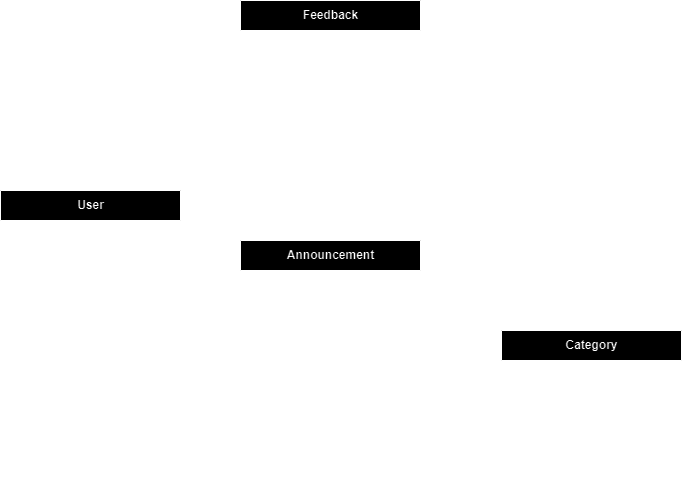
Above: src/avito.drawio.png in Max425/tp-highload-avito (draw.io), before the change. Source tidied: cells renumbered, new cells last; positions are measured from the earlier drawing's top-left corner, leaving out a move shared by most shapes.
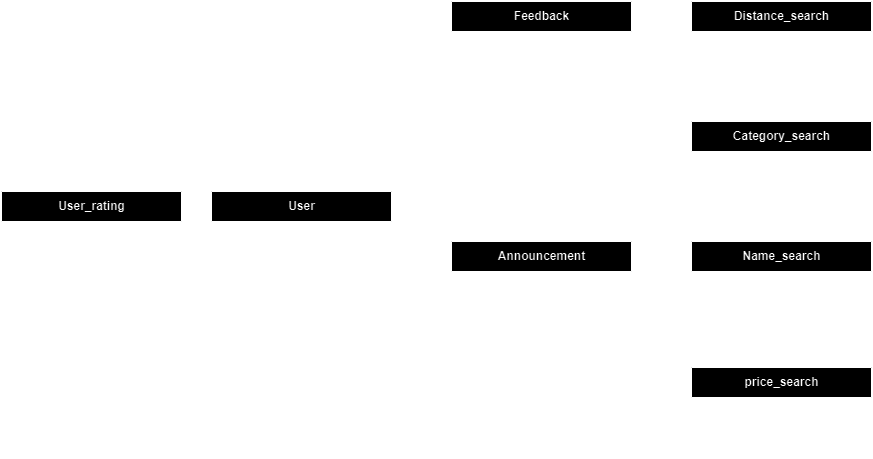
Later version of the same file.

The edit, as a diff of the source:
```diff
@@ -5,3 +5,3 @@
     <mxCell id="2" value="User" style="shape=table;startSize=30;rowLines=0;fontStyle=1;align=center;html=1;" parent="1" vertex="1">
-      <mxGeometry x="39" y="190" width="180" height="270" as="geometry" />
+      <mxGeometry x="39" y="190" width="180" height="240" as="geometry" />
     </mxCell>
@@ -61,13 +61,4 @@
     </mxCell>
-    <mxCell id="21" style="shape=tableRow;horizontal=0;startSize=0;swimlaneHead=0;swimlaneBody=0;fillColor=none;top=0;left=0;right=0;bottom=0;" parent="2" vertex="1">
-      <mxGeometry y="210" width="180" height="30" as="geometry" />
-    </mxCell>
-    <mxCell id="22" value="&lt;span style=&quot;text-align: left;&quot;&gt;decimal&lt;/span&gt;" style="shape=partialRectangle;fillColor=none;top=0;left=0;bottom=0;right=0;overflow=hidden;whiteSpace=wrap;html=1;" parent="21" vertex="1">
-      <mxGeometry width="50" height="30" as="geometry" />
-    </mxCell>
-    <mxCell id="23" value="&lt;span style=&quot;text-align: center;&quot;&gt;rating&lt;/span&gt;" style="shape=partialRectangle;fillColor=none;top=0;left=0;bottom=0;right=0;align=left;spacingLeft=6;overflow=hidden;whiteSpace=wrap;html=1;" parent="21" vertex="1">
-      <mxGeometry x="50" width="130" height="30" as="geometry" />
-    </mxCell>
     <mxCell id="24" style="shape=tableRow;horizontal=0;startSize=0;swimlaneHead=0;swimlaneBody=0;fillColor=none;top=0;left=0;right=0;bottom=0;" parent="2" vertex="1">
-      <mxGeometry y="240" width="180" height="30" as="geometry" />
+      <mxGeometry y="210" width="180" height="30" as="geometry" />
     </mxCell>
@@ -80,3 +71,3 @@
     <mxCell id="27" value="Announcement" style="shape=table;startSize=30;rowLines=0;fontStyle=1;align=center;html=1;" parent="1" vertex="1">
-      <mxGeometry x="279" y="240" width="180" height="240" as="geometry" />
+      <mxGeometry x="279" y="240" width="180" height="180" as="geometry" />
     </mxCell>
@@ -91,13 +82,4 @@
     </mxCell>
-    <mxCell id="31" style="shape=tableRow;horizontal=0;startSize=0;swimlaneHead=0;swimlaneBody=0;fillColor=none;top=0;left=0;right=0;bottom=0;" parent="27" vertex="1">
-      <mxGeometry y="60" width="180" height="30" as="geometry" />
-    </mxCell>
-    <mxCell id="32" value="text" style="shape=partialRectangle;fillColor=none;top=0;left=0;bottom=0;right=0;overflow=hidden;whiteSpace=wrap;html=1;" parent="31" vertex="1">
-      <mxGeometry width="50" height="30" as="geometry" />
-    </mxCell>
-    <mxCell id="33" value="name" style="shape=partialRectangle;fillColor=none;top=0;left=0;bottom=0;right=0;align=left;spacingLeft=6;overflow=hidden;whiteSpace=wrap;html=1;" parent="31" vertex="1">
-      <mxGeometry x="50" width="130" height="30" as="geometry" />
-    </mxCell>
     <mxCell id="34" style="shape=tableRow;horizontal=0;startSize=0;swimlaneHead=0;swimlaneBody=0;fillColor=none;top=0;left=0;right=0;bottom=0;" parent="27" vertex="1">
-      <mxGeometry y="90" width="180" height="30" as="geometry" />
+      <mxGeometry y="60" width="180" height="30" as="geometry" />
     </mxCell>
@@ -109,22 +91,4 @@
     </mxCell>
-    <mxCell id="37" style="shape=tableRow;horizontal=0;startSize=0;swimlaneHead=0;swimlaneBody=0;fillColor=none;points=[[0,0.5],[1,0.5]];portConstraint=eastwest;top=0;left=0;right=0;bottom=0;" parent="27" vertex="1">
-      <mxGeometry y="120" width="180" height="30" as="geometry" />
-    </mxCell>
-    <mxCell id="38" value="FK" style="shape=partialRectangle;fillColor=none;top=0;left=0;bottom=0;right=0;overflow=hidden;whiteSpace=wrap;html=1;" parent="37" vertex="1">
-      <mxGeometry width="50" height="30" as="geometry" />
-    </mxCell>
-    <mxCell id="39" value="&lt;span style=&quot;font-weight: 700; text-align: center; text-wrap: nowrap;&quot;&gt;category_id&lt;/span&gt;" style="shape=partialRectangle;fillColor=none;top=0;left=0;bottom=0;right=0;align=left;spacingLeft=6;overflow=hidden;whiteSpace=wrap;html=1;" parent="37" vertex="1">
-      <mxGeometry x="50" width="130" height="30" as="geometry" />
-    </mxCell>
-    <mxCell id="40" style="shape=tableRow;horizontal=0;startSize=0;swimlaneHead=0;swimlaneBody=0;fillColor=none;top=0;left=0;right=0;bottom=0;" parent="27" vertex="1">
-      <mxGeometry y="150" width="180" height="30" as="geometry" />
-    </mxCell>
-    <mxCell id="41" value="int" style="shape=partialRectangle;fillColor=none;top=0;left=0;bottom=0;right=0;overflow=hidden;whiteSpace=wrap;html=1;" parent="40" vertex="1">
-      <mxGeometry width="50" height="30" as="geometry" />
-    </mxCell>
-    <mxCell id="42" value="price" style="shape=partialRectangle;fillColor=none;top=0;left=0;bottom=0;right=0;align=left;spacingLeft=6;overflow=hidden;whiteSpace=wrap;html=1;" parent="40" vertex="1">
-      <mxGeometry x="50" width="130" height="30" as="geometry" />
-    </mxCell>
     <mxCell id="43" style="shape=tableRow;horizontal=0;startSize=0;swimlaneHead=0;swimlaneBody=0;fillColor=none;top=0;left=0;right=0;bottom=0;" parent="27" vertex="1">
-      <mxGeometry y="180" width="180" height="30" as="geometry" />
+      <mxGeometry y="90" width="180" height="30" as="geometry" />
     </mxCell>
@@ -137,3 +101,3 @@
     <mxCell id="46" style="shape=tableRow;horizontal=0;startSize=0;swimlaneHead=0;swimlaneBody=0;fillColor=none;points=[[0,0.5],[1,0.5]];portConstraint=eastwest;top=0;left=0;right=0;bottom=0;" parent="27" vertex="1">
-      <mxGeometry y="210" width="180" height="30" as="geometry" />
+      <mxGeometry y="120" width="180" height="30" as="geometry" />
     </mxCell>
@@ -145,2 +109,11 @@
     </mxCell>
+    <mxCell id="40" style="shape=tableRow;horizontal=0;startSize=0;swimlaneHead=0;swimlaneBody=0;fillColor=none;top=0;left=0;right=0;bottom=0;" parent="27" vertex="1">
+      <mxGeometry y="150" width="180" height="30" as="geometry" />
+    </mxCell>
+    <mxCell id="76" value="bool" style="shape=partialRectangle;fillColor=none;top=0;left=0;bottom=0;right=0;overflow=hidden;whiteSpace=wrap;html=1;" parent="40" vertex="1">
+      <mxGeometry width="50" height="30" as="geometry" />
+    </mxCell>
+    <mxCell id="77" value="is_active" style="shape=partialRectangle;fillColor=none;top=0;left=0;bottom=0;right=0;align=left;spacingLeft=6;overflow=hidden;whiteSpace=wrap;html=1;" parent="40" vertex="1">
+      <mxGeometry x="50" width="130" height="30" as="geometry" />
+    </mxCell>
     <mxCell id="49" style="edgeStyle=entityRelationEdgeStyle;fontSize=12;html=1;endArrow=ERmany;rounded=0;entryX=1;entryY=0.5;entryDx=0;entryDy=0;exitX=0;exitY=0.5;exitDx=0;exitDy=0;" parent="1" edge="1" source="46" target="3">
@@ -202,24 +175,24 @@
     </mxCell>
-    <mxCell id="68" value="Category" style="shape=table;startSize=30;rowLines=0;fontStyle=1;align=center;html=1;" parent="1" vertex="1">
-      <mxGeometry x="540" y="330" width="180" height="90" as="geometry" />
+    <mxCell id="68" value="Category_search" style="shape=table;startSize=30;rowLines=0;fontStyle=1;align=center;html=1;" parent="1" vertex="1">
+      <mxGeometry x="519" y="120" width="180" height="90" as="geometry" />
     </mxCell>
-    <mxCell id="69" style="shape=tableRow;horizontal=0;startSize=0;swimlaneHead=0;swimlaneBody=0;fillColor=none;points=[[0,0.5],[1,0.5]];portConstraint=eastwest;top=0;left=0;right=0;bottom=1;" parent="68" vertex="1">
-      <mxGeometry y="30" width="180" height="30" as="geometry" />
-    </mxCell>
-    <mxCell id="70" value="PK" style="shape=partialRectangle;fillColor=none;top=0;left=0;bottom=0;right=0;fontStyle=1;overflow=hidden;whiteSpace=wrap;html=1;" parent="69" vertex="1">
-      <mxGeometry width="50" height="30" as="geometry" />
-    </mxCell>
-    <mxCell id="71" value="ID" style="shape=partialRectangle;fillColor=none;top=0;left=0;bottom=0;right=0;align=left;spacingLeft=6;fontStyle=5;overflow=hidden;whiteSpace=wrap;html=1;" parent="69" vertex="1">
-      <mxGeometry x="50" width="130" height="30" as="geometry" />
-    </mxCell>
     <mxCell id="72" style="shape=tableRow;horizontal=0;startSize=0;swimlaneHead=0;swimlaneBody=0;fillColor=none;points=[[0,0.5],[1,0.5]];portConstraint=eastwest;top=0;left=0;right=0;bottom=0;" parent="68" vertex="1">
-      <mxGeometry y="60" width="180" height="30" as="geometry" />
+      <mxGeometry y="30" width="180" height="30" as="geometry" />
     </mxCell>
-    <mxCell id="73" value="text" style="shape=partialRectangle;fillColor=none;top=0;left=0;bottom=0;right=0;overflow=hidden;whiteSpace=wrap;html=1;" parent="72" vertex="1">
+    <mxCell id="73" value="FK" style="shape=partialRectangle;fillColor=none;top=0;left=0;bottom=0;right=0;overflow=hidden;whiteSpace=wrap;html=1;" parent="72" vertex="1">
       <mxGeometry width="50" height="30" as="geometry" />
     </mxCell>
-    <mxCell id="74" value="&lt;span style=&quot;font-weight: 700; text-align: center; text-wrap: nowrap;&quot;&gt;name&lt;/span&gt;" style="shape=partialRectangle;fillColor=none;top=0;left=0;bottom=0;right=0;align=left;spacingLeft=6;overflow=hidden;whiteSpace=wrap;html=1;" parent="72" vertex="1">
+    <mxCell id="74" value="&lt;span style=&quot;font-weight: 700; text-align: center; text-wrap: nowrap;&quot;&gt;announcement_id&lt;/span&gt;" style="shape=partialRectangle;fillColor=none;top=0;left=0;bottom=0;right=0;align=left;spacingLeft=6;overflow=hidden;whiteSpace=wrap;html=1;" parent="72" vertex="1">
       <mxGeometry x="50" width="130" height="30" as="geometry" />
     </mxCell>
+    <mxCell id="78" style="shape=tableRow;horizontal=0;startSize=0;swimlaneHead=0;swimlaneBody=0;fillColor=none;top=0;left=0;right=0;bottom=0;" parent="68" vertex="1">
+      <mxGeometry y="60" width="180" height="30" as="geometry" />
+    </mxCell>
+    <mxCell id="79" value="text" style="shape=partialRectangle;fillColor=none;top=0;left=0;bottom=0;right=0;overflow=hidden;whiteSpace=wrap;html=1;" parent="78" vertex="1">
+      <mxGeometry width="50" height="30" as="geometry" />
+    </mxCell>
+    <mxCell id="80" value="&lt;span style=&quot;font-weight: 700; text-align: center; text-wrap: nowrap;&quot;&gt;category&lt;/span&gt;" style="shape=partialRectangle;fillColor=none;top=0;left=0;bottom=0;right=0;align=left;spacingLeft=6;overflow=hidden;whiteSpace=wrap;html=1;" parent="78" vertex="1">
+      <mxGeometry x="50" width="130" height="30" as="geometry" />
+    </mxCell>
-    <mxCell id="75" style="edgeStyle=entityRelationEdgeStyle;fontSize=12;html=1;endArrow=ERmandOne;startArrow=ERmandOne;rounded=0;exitX=1;exitY=0.5;exitDx=0;exitDy=0;entryX=0;entryY=0.5;entryDx=0;entryDy=0;" parent="1" edge="1" source="37" target="69">
+    <mxCell id="75" style="edgeStyle=entityRelationEdgeStyle;fontSize=12;html=1;endArrow=ERmandOne;startArrow=ERmandOne;rounded=0;exitX=1;exitY=0.5;exitDx=0;exitDy=0;entryX=0;entryY=0.5;entryDx=0;entryDy=0;" parent="1" edge="1" source="28" target="72">
       <mxGeometry relative="1" as="geometry">
@@ -231,2 +204,131 @@
     </mxCell>
+    <mxCell id="81" value="Name_search" style="shape=table;startSize=30;rowLines=0;fontStyle=1;align=center;html=1;" parent="1" vertex="1">
+      <mxGeometry x="519" y="240" width="180" height="90" as="geometry" />
+    </mxCell>
+    <mxCell id="82" style="shape=tableRow;horizontal=0;startSize=0;swimlaneHead=0;swimlaneBody=0;fillColor=none;points=[[0,0.5],[1,0.5]];portConstraint=eastwest;top=0;left=0;right=0;bottom=0;" parent="81" vertex="1">
+      <mxGeometry y="30" width="180" height="30" as="geometry" />
+    </mxCell>
+    <mxCell id="83" value="FK" style="shape=partialRectangle;fillColor=none;top=0;left=0;bottom=0;right=0;overflow=hidden;whiteSpace=wrap;html=1;" parent="82" vertex="1">
+      <mxGeometry width="50" height="30" as="geometry" />
+    </mxCell>
+    <mxCell id="84" value="&lt;span style=&quot;font-weight: 700; text-align: center; text-wrap: nowrap;&quot;&gt;announcement_id&lt;/span&gt;" style="shape=partialRectangle;fillColor=none;top=0;left=0;bottom=0;right=0;align=left;spacingLeft=6;overflow=hidden;whiteSpace=wrap;html=1;" parent="82" vertex="1">
+      <mxGeometry x="50" width="130" height="30" as="geometry" />
+    </mxCell>
+    <mxCell id="85" style="shape=tableRow;horizontal=0;startSize=0;swimlaneHead=0;swimlaneBody=0;fillColor=none;top=0;left=0;right=0;bottom=0;" parent="81" vertex="1">
+      <mxGeometry y="60" width="180" height="30" as="geometry" />
+    </mxCell>
+    <mxCell id="86" value="text" style="shape=partialRectangle;fillColor=none;top=0;left=0;bottom=0;right=0;overflow=hidden;whiteSpace=wrap;html=1;" parent="85" vertex="1">
+      <mxGeometry width="50" height="30" as="geometry" />
+    </mxCell>
+    <mxCell id="33" value="&lt;span style=&quot;font-weight: 700; text-align: center; text-wrap: nowrap;&quot;&gt;name&lt;/span&gt;" style="shape=partialRectangle;fillColor=none;top=0;left=0;bottom=0;right=0;align=left;spacingLeft=6;overflow=hidden;whiteSpace=wrap;html=1;" parent="85" vertex="1">
+      <mxGeometry x="50" width="130" height="30" as="geometry" />
+    </mxCell>
+    <mxCell id="87" style="edgeStyle=entityRelationEdgeStyle;fontSize=12;html=1;endArrow=ERmandOne;startArrow=ERmandOne;rounded=0;exitX=1;exitY=0.5;exitDx=0;exitDy=0;entryX=0;entryY=0.5;entryDx=0;entryDy=0;" parent="1" edge="1" source="28" target="82">
+      <mxGeometry relative="1" as="geometry">
+        <Array as="points">
+          <mxPoint x="10" y="400" />
+          <mxPoint x="370" y="400" />
+        </Array>
+      </mxGeometry>
+    </mxCell>
+    <mxCell id="88" value="Distance_search" style="shape=table;startSize=30;rowLines=0;fontStyle=1;align=center;html=1;" parent="1" vertex="1">
+      <mxGeometry x="519" width="180" height="90" as="geometry" />
+    </mxCell>
+    <mxCell id="89" style="shape=tableRow;horizontal=0;startSize=0;swimlaneHead=0;swimlaneBody=0;fillColor=none;top=0;left=0;right=0;bottom=0;" parent="88" vertex="1">
+      <mxGeometry y="30" width="180" height="30" as="geometry" />
+    </mxCell>
+    <mxCell id="90" value="FK" style="shape=partialRectangle;fillColor=none;top=0;left=0;bottom=0;right=0;overflow=hidden;whiteSpace=wrap;html=1;" parent="89" vertex="1">
+      <mxGeometry width="50" height="30" as="geometry" />
+    </mxCell>
+    <mxCell id="91" value="&lt;span style=&quot;font-weight: 700; text-align: center; text-wrap: nowrap;&quot;&gt;announcement_id&lt;/span&gt;" style="shape=partialRectangle;fillColor=none;top=0;left=0;bottom=0;right=0;align=left;spacingLeft=6;overflow=hidden;whiteSpace=wrap;html=1;" parent="89" vertex="1">
+      <mxGeometry x="50" width="130" height="30" as="geometry" />
+    </mxCell>
+    <mxCell id="92" style="shape=tableRow;horizontal=0;startSize=0;swimlaneHead=0;swimlaneBody=0;fillColor=none;points=[[0,0.5],[1,0.5]];portConstraint=eastwest;top=0;left=0;right=0;bottom=0;" parent="88" vertex="1">
+      <mxGeometry y="60" width="180" height="30" as="geometry" />
+    </mxCell>
+    <mxCell id="93" value="point" style="shape=partialRectangle;fillColor=none;top=0;left=0;bottom=0;right=0;overflow=hidden;whiteSpace=wrap;html=1;" parent="92" vertex="1">
+      <mxGeometry width="50" height="30" as="geometry" />
+    </mxCell>
+    <mxCell id="94" value="&lt;span style=&quot;font-weight: 700; text-align: center; text-wrap: nowrap;&quot;&gt;point&lt;/span&gt;" style="shape=partialRectangle;fillColor=none;top=0;left=0;bottom=0;right=0;align=left;spacingLeft=6;overflow=hidden;whiteSpace=wrap;html=1;" parent="92" vertex="1">
+      <mxGeometry x="50" width="130" height="30" as="geometry" />
+    </mxCell>
+    <mxCell id="95" style="edgeStyle=entityRelationEdgeStyle;fontSize=12;html=1;endArrow=ERmandOne;startArrow=ERmandOne;rounded=0;exitX=1;exitY=0.5;exitDx=0;exitDy=0;entryX=0;entryY=0.5;entryDx=0;entryDy=0;" parent="1" edge="1" source="28" target="92">
+      <mxGeometry relative="1" as="geometry">
+        <Array as="points">
+          <mxPoint x="20" y="410" />
+          <mxPoint x="380" y="410" />
+        </Array>
+      </mxGeometry>
+    </mxCell>
+    <mxCell id="96" value="User_rating" style="shape=table;startSize=30;rowLines=0;fontStyle=1;align=center;html=1;" parent="1" vertex="1">
+      <mxGeometry x="-171" y="190" width="180" height="150" as="geometry" />
+    </mxCell>
+    <mxCell id="97" style="shape=tableRow;horizontal=0;startSize=0;swimlaneHead=0;swimlaneBody=0;fillColor=none;points=[[0,0.5],[1,0.5]];portConstraint=eastwest;top=0;left=0;right=0;bottom=0;" parent="96" vertex="1">
+      <mxGeometry y="30" width="180" height="30" as="geometry" />
+    </mxCell>
+    <mxCell id="98" value="FK" style="shape=partialRectangle;fillColor=none;top=0;left=0;bottom=0;right=0;overflow=hidden;whiteSpace=wrap;html=1;" parent="97" vertex="1">
+      <mxGeometry width="50" height="30" as="geometry" />
+    </mxCell>
+    <mxCell id="99" value="&lt;span style=&quot;font-weight: 700; text-align: center; text-wrap: nowrap;&quot;&gt;user_id&lt;/span&gt;" style="shape=partialRectangle;fillColor=none;top=0;left=0;bottom=0;right=0;align=left;spacingLeft=6;overflow=hidden;whiteSpace=wrap;html=1;" parent="97" vertex="1">
+      <mxGeometry x="50" width="130" height="30" as="geometry" />
+    </mxCell>
+    <mxCell id="100" style="shape=tableRow;horizontal=0;startSize=0;swimlaneHead=0;swimlaneBody=0;fillColor=none;top=0;left=0;right=0;bottom=0;" parent="96" vertex="1">
+      <mxGeometry y="60" width="180" height="30" as="geometry" />
+    </mxCell>
+    <mxCell id="101" value="&lt;span style=&quot;text-align: left;&quot;&gt;int&lt;/span&gt;" style="shape=partialRectangle;fillColor=none;top=0;left=0;bottom=0;right=0;overflow=hidden;whiteSpace=wrap;html=1;" parent="100" vertex="1">
+      <mxGeometry width="50" height="30" as="geometry" />
+    </mxCell>
+    <mxCell id="102" value="&lt;span style=&quot;font-weight: 700; text-align: center; text-wrap: nowrap;&quot;&gt;rating_sum&lt;/span&gt;" style="shape=partialRectangle;fillColor=none;top=0;left=0;bottom=0;right=0;align=left;spacingLeft=6;overflow=hidden;whiteSpace=wrap;html=1;" parent="100" vertex="1">
+      <mxGeometry x="50" width="130" height="30" as="geometry" />
+    </mxCell>
+    <mxCell id="103" style="shape=tableRow;horizontal=0;startSize=0;swimlaneHead=0;swimlaneBody=0;fillColor=none;top=0;left=0;right=0;bottom=0;" parent="96" vertex="1">
+      <mxGeometry y="90" width="180" height="30" as="geometry" />
+    </mxCell>
+    <mxCell id="104" value="&lt;span style=&quot;text-align: left;&quot;&gt;int&lt;/span&gt;" style="shape=partialRectangle;fillColor=none;top=0;left=0;bottom=0;right=0;overflow=hidden;whiteSpace=wrap;html=1;" parent="103" vertex="1">
+      <mxGeometry width="50" height="30" as="geometry" />
+    </mxCell>
+    <mxCell id="105" value="&lt;span style=&quot;font-weight: 700; text-align: center; text-wrap: nowrap;&quot;&gt;rating_count&lt;/span&gt;" style="shape=partialRectangle;fillColor=none;top=0;left=0;bottom=0;right=0;align=left;spacingLeft=6;overflow=hidden;whiteSpace=wrap;html=1;" parent="103" vertex="1">
+      <mxGeometry x="50" width="130" height="30" as="geometry" />
+    </mxCell>
+    <mxCell id="37" style="shape=tableRow;horizontal=0;startSize=0;swimlaneHead=0;swimlaneBody=0;fillColor=none;points=[[0,0.5],[1,0.5]];portConstraint=eastwest;top=0;left=0;right=0;bottom=0;" parent="96" vertex="1">
+      <mxGeometry y="120" width="180" height="30" as="geometry" />
+    </mxCell>
+    <mxCell id="22" value="&lt;span style=&quot;text-align: left;&quot;&gt;decimal&lt;/span&gt;" style="shape=partialRectangle;fillColor=none;top=0;left=0;bottom=0;right=0;overflow=hidden;whiteSpace=wrap;html=1;" parent="37" vertex="1">
+      <mxGeometry width="50" height="30" as="geometry" />
+    </mxCell>
+    <mxCell id="23" value="&lt;span style=&quot;font-weight: 700; text-align: center; text-wrap: nowrap;&quot;&gt;rating&lt;/span&gt;" style="shape=partialRectangle;fillColor=none;top=0;left=0;bottom=0;right=0;align=left;spacingLeft=6;overflow=hidden;whiteSpace=wrap;html=1;" parent="37" vertex="1">
+      <mxGeometry x="50" width="130" height="30" as="geometry" />
+    </mxCell>
+    <mxCell id="106" style="edgeStyle=entityRelationEdgeStyle;fontSize=12;html=1;endArrow=ERmandOne;startArrow=ERmandOne;rounded=0;exitX=0;exitY=0.5;exitDx=0;exitDy=0;" parent="1" edge="1" source="3" target="97">
+      <mxGeometry relative="1" as="geometry" />
+    </mxCell>
+    <mxCell id="107" value="price_search" style="shape=table;startSize=30;rowLines=0;fontStyle=1;align=center;html=1;" parent="1" vertex="1">
+      <mxGeometry x="519" y="366" width="180" height="90" as="geometry" />
+    </mxCell>
+    <mxCell id="108" style="shape=tableRow;horizontal=0;startSize=0;swimlaneHead=0;swimlaneBody=0;fillColor=none;points=[[0,0.5],[1,0.5]];portConstraint=eastwest;top=0;left=0;right=0;bottom=0;" parent="107" vertex="1">
+      <mxGeometry y="30" width="180" height="30" as="geometry" />
+    </mxCell>
+    <mxCell id="109" value="FK" style="shape=partialRectangle;fillColor=none;top=0;left=0;bottom=0;right=0;overflow=hidden;whiteSpace=wrap;html=1;" parent="108" vertex="1">
+      <mxGeometry width="50" height="30" as="geometry" />
+    </mxCell>
+    <mxCell id="110" value="&lt;span style=&quot;font-weight: 700; text-align: center; text-wrap: nowrap;&quot;&gt;announcement_id&lt;/span&gt;" style="shape=partialRectangle;fillColor=none;top=0;left=0;bottom=0;right=0;align=left;spacingLeft=6;overflow=hidden;whiteSpace=wrap;html=1;" parent="108" vertex="1">
+      <mxGeometry x="50" width="130" height="30" as="geometry" />
+    </mxCell>
+    <mxCell id="111" style="shape=tableRow;horizontal=0;startSize=0;swimlaneHead=0;swimlaneBody=0;fillColor=none;top=0;left=0;right=0;bottom=0;" parent="107" vertex="1">
+      <mxGeometry y="60" width="180" height="30" as="geometry" />
+    </mxCell>
+    <mxCell id="41" value="int" style="shape=partialRectangle;fillColor=none;top=0;left=0;bottom=0;right=0;overflow=hidden;whiteSpace=wrap;html=1;" parent="111" vertex="1">
+      <mxGeometry width="50" height="30" as="geometry" />
+    </mxCell>
+    <mxCell id="42" value="price" style="shape=partialRectangle;fillColor=none;top=0;left=0;bottom=0;right=0;align=left;spacingLeft=6;overflow=hidden;whiteSpace=wrap;html=1;" parent="111" vertex="1">
+      <mxGeometry x="50" width="130" height="30" as="geometry" />
+    </mxCell>
+    <mxCell id="112" style="edgeStyle=entityRelationEdgeStyle;fontSize=12;html=1;endArrow=ERmandOne;startArrow=ERmandOne;rounded=0;exitX=1;exitY=0.5;exitDx=0;exitDy=0;entryX=0;entryY=0.5;entryDx=0;entryDy=0;" parent="1" edge="1" source="28" target="108">
+      <mxGeometry relative="1" as="geometry">
+        <Array as="points">
+          <mxPoint x="30" y="420" />
+          <mxPoint x="390" y="420" />
+        </Array>
+      </mxGeometry>
+    </mxCell>
   </root>
```
